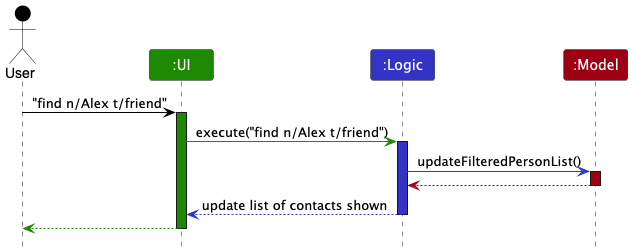
Earlier version of the PlantUML export docs/images/FindArchitectureSeqDiagram.png (nus-cs2103-AY2425S1/tp). Source of this version:
```plantuml
@startuml
!include style.puml
skinparam ArrowFontStyle plain

Actor User as user USER_COLOR
Participant ":UI" as ui UI_COLOR
Participant ":Logic" as logic LOGIC_COLOR
Participant ":Model" as model MODEL_COLOR

user -[USER_COLOR]> ui : "find n/Alex t/friend"
activate ui UI_COLOR

ui -[UI_COLOR]> logic : execute("find n/Alex t/friend")
activate logic LOGIC_COLOR
logic -[LOGIC_COLOR]> model : updateFilteredPersonList()
activate model MODEL_COLOR

model --[MODEL_COLOR]> logic:
deactivate model MODEL_COLOR

logic --[LOGIC_COLOR]> ui: update list of contacts shown
deactivate logic



ui --[UI_COLOR]> user
deactivate ui




@enduml
```
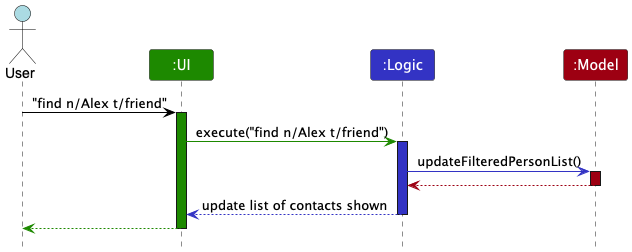
The same file after the commit.

Commit message:
fix: fix minor bugs in uml

Diff of the diagram source:
```diff
@@ -2,7 +2,7 @@
 !include style.puml
 skinparam ArrowFontStyle plain
 
-Actor User as user USER_COLOR
+Actor User as user
 Participant ":UI" as ui UI_COLOR
 Participant ":Logic" as logic LOGIC_COLOR
 Participant ":Model" as model MODEL_COLOR
```
